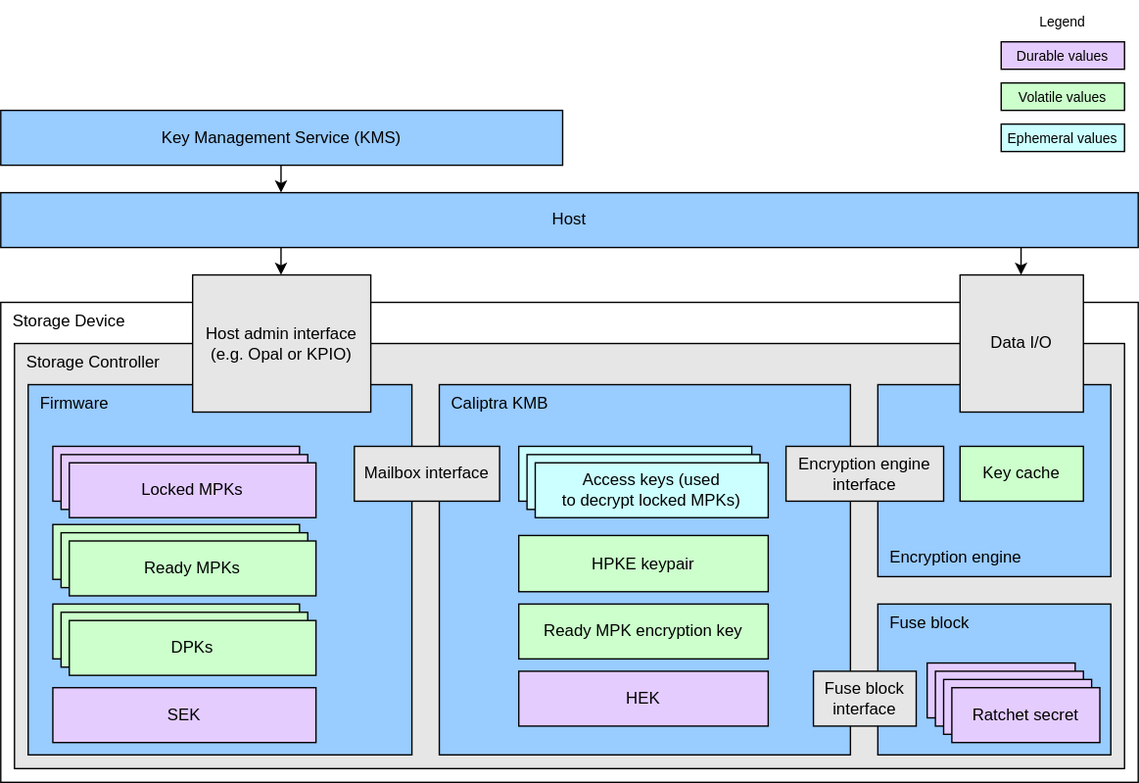
This is doc/ocp_lock/diagrams/architecture_diagram.drawio.svg from chipsalliance/Caliptra, a draw.io export, as it was before one commit. Source tidied: cells renumbered, new cells last; positions are measured from the earlier drawing's top-left corner, leaving out a move shared by most shapes.
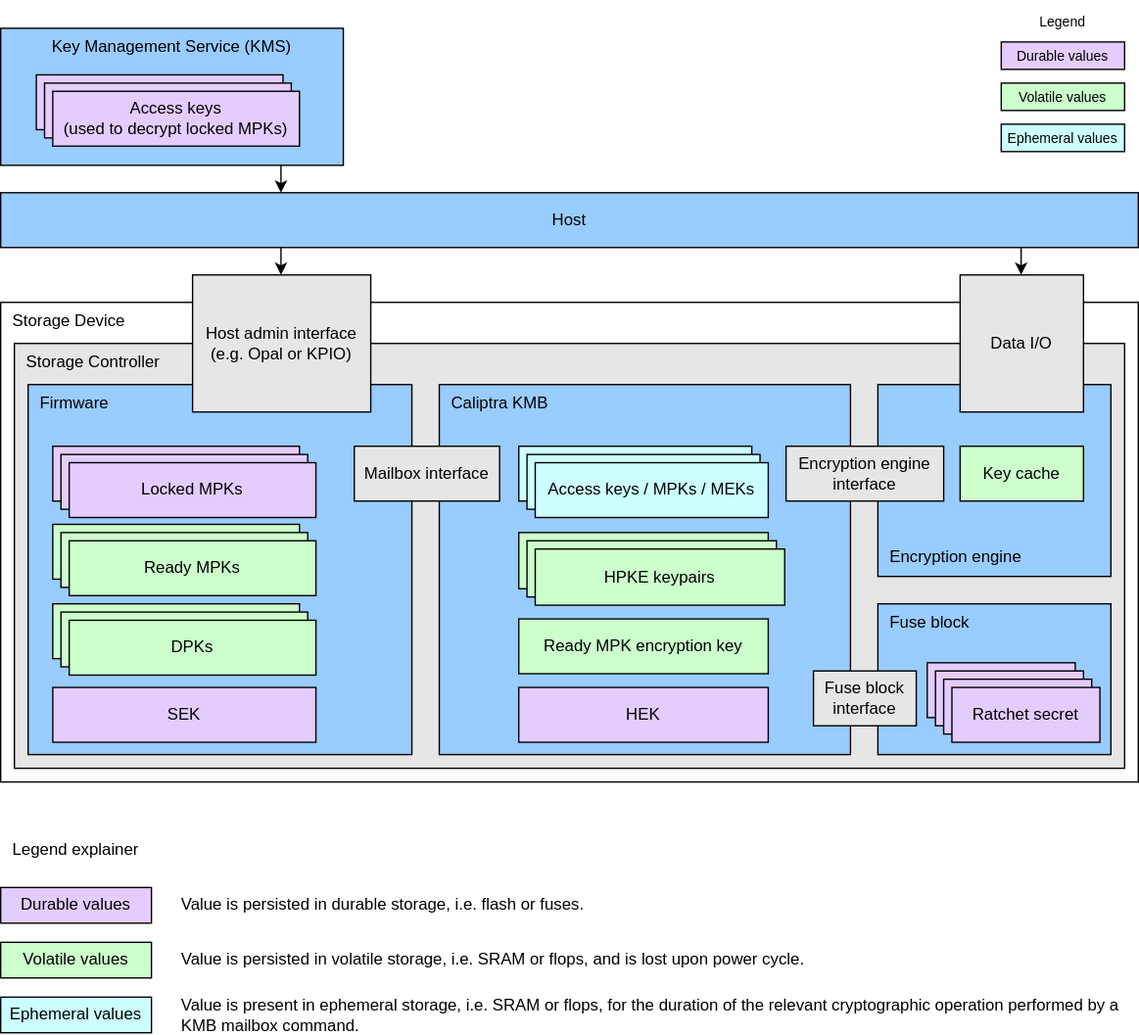
Above is the later version.

The edit, as a diff of the source:
```diff
@@ -60,10 +60,10 @@
       <mxGeometry x="50" y="394" width="180" height="40" as="geometry" />
     </mxCell>
     <mxCell id="21" value="Ready MPK encryption key" style="rounded=0;whiteSpace=wrap;html=1;align=center;verticalAlign=middle;shadow=0;glass=0;spacingLeft=0;spacingBottom=0;spacingTop=0;fillColor=#CCFFCC;" parent="1" vertex="1">
-      <mxGeometry x="378" y="440" width="182" height="40" as="geometry" />
+      <mxGeometry x="378" y="451" width="182" height="40" as="geometry" />
     </mxCell>
     <mxCell id="22" value="HEK" style="rounded=0;whiteSpace=wrap;html=1;align=center;verticalAlign=middle;shadow=0;glass=0;spacingLeft=0;spacingBottom=0;spacingTop=0;fillColor=#E5CCFF;" parent="1" vertex="1">
-      <mxGeometry x="378" y="489" width="182" height="40" as="geometry" />
+      <mxGeometry x="378" y="501" width="182" height="40" as="geometry" />
     </mxCell>
     <mxCell id="23" style="endArrow=classic;html=1;" parent="1" edge="1">
       <mxGeometry relative="1" as="geometry">
@@ -71,8 +71,8 @@
         <mxPoint x="204.5" y="140" as="targetPoint" />
       </mxGeometry>
     </mxCell>
-    <mxCell id="24" value="Key Management Service (KMS)" style="rounded=0;whiteSpace=wrap;html=1;fillColor=#99CCFF;fontColor=light-dark(#000000,#EDEDED);" parent="1" vertex="1">
-      <mxGeometry y="80" width="410" height="40" as="geometry" />
+    <mxCell id="24" value="Key Management Service (KMS)" style="rounded=0;whiteSpace=wrap;html=1;fillColor=#99CCFF;fontColor=light-dark(#000000,#EDEDED);verticalAlign=top;" parent="1" vertex="1">
+      <mxGeometry y="20" width="250" height="100" as="geometry" />
     </mxCell>
     <mxCell id="25" style="endArrow=classic;html=1;" parent="1" edge="1">
       <mxGeometry relative="1" as="geometry">
@@ -98,8 +98,8 @@
     <mxCell id="30" value="Ratchet secret" style="rounded=0;whiteSpace=wrap;html=1;align=center;verticalAlign=middle;shadow=0;glass=0;spacingLeft=0;spacingBottom=0;spacingTop=0;fillColor=#E5CCFF;" parent="1" vertex="1">
       <mxGeometry x="688" y="495" width="108" height="40" as="geometry" />
     </mxCell>
-    <mxCell id="31" value="HPKE keypair" style="rounded=0;whiteSpace=wrap;html=1;align=center;verticalAlign=middle;shadow=0;glass=0;spacingLeft=0;spacingBottom=0;spacingTop=0;fillColor=#CCFFCC;" parent="1" vertex="1">
-      <mxGeometry x="378" y="390" width="182" height="41" as="geometry" />
+    <mxCell id="31" style="rounded=0;whiteSpace=wrap;html=1;align=center;verticalAlign=middle;shadow=0;glass=0;spacingLeft=0;spacingBottom=0;spacingTop=0;fillColor=#CCFFCC;" parent="1" vertex="1">
+      <mxGeometry x="378" y="388" width="182" height="41" as="geometry" />
     </mxCell>
     <mxCell id="32" value="&lt;div&gt;&lt;font color=&quot;#000000&quot;&gt;Durable values&lt;/font&gt;&lt;/div&gt;" style="rounded=0;whiteSpace=wrap;html=1;align=center;verticalAlign=middle;shadow=0;glass=0;spacingLeft=0;spacingBottom=0;spacingTop=0;fillColor=#E5CCFF;fontSize=10;" parent="1" vertex="1">
       <mxGeometry x="730" y="30" width="90" height="20" as="geometry" />
@@ -122,7 +122,7 @@
     <mxCell id="38" style="rounded=0;whiteSpace=wrap;html=1;align=center;verticalAlign=middle;shadow=0;glass=0;spacingLeft=0;spacingBottom=0;spacingTop=0;fillColor=#CCFFFF;" parent="1" vertex="1">
       <mxGeometry x="384" y="331" width="170" height="40" as="geometry" />
     </mxCell>
-    <mxCell id="39" value="Access keys (used&lt;div&gt;to decrypt locked MPKs)&lt;/div&gt;" style="rounded=0;whiteSpace=wrap;html=1;align=center;verticalAlign=middle;shadow=0;glass=0;spacingLeft=0;spacingBottom=0;spacingTop=0;fillColor=#CCFFFF;" parent="1" vertex="1">
+    <mxCell id="39" value="Access keys / MPKs / MEKs" style="rounded=0;whiteSpace=wrap;html=1;align=center;verticalAlign=middle;shadow=0;glass=0;spacingLeft=0;spacingBottom=0;spacingTop=0;fillColor=#CCFFFF;" parent="1" vertex="1">
       <mxGeometry x="390" y="337" width="170" height="40" as="geometry" />
     </mxCell>
     <mxCell id="40" style="rounded=0;whiteSpace=wrap;html=1;align=center;verticalAlign=middle;shadow=0;glass=0;spacingLeft=0;spacingBottom=0;spacingTop=0;fillColor=#CCFFCC;" parent="1" vertex="1">
@@ -134,5 +134,41 @@
     <mxCell id="42" value="DPKs" style="rounded=0;whiteSpace=wrap;html=1;align=center;verticalAlign=middle;shadow=0;glass=0;spacingLeft=0;spacingBottom=0;spacingTop=0;fillColor=#CCFFCC;" parent="1" vertex="1">
       <mxGeometry x="50" y="452" width="180" height="40" as="geometry" />
     </mxCell>
+    <mxCell id="43" value="&lt;div&gt;&lt;font color=&quot;#000000&quot;&gt;Durable values&lt;/font&gt;&lt;/div&gt;" style="rounded=0;whiteSpace=wrap;html=1;align=center;verticalAlign=middle;shadow=0;glass=0;spacingLeft=0;spacingBottom=0;spacingTop=0;fillColor=#E5CCFF;fontSize=12;" parent="1" vertex="1">
+      <mxGeometry y="647" width="110" height="26" as="geometry" />
+    </mxCell>
+    <mxCell id="44" value="Legend explainer" style="text;strokeColor=none;align=center;fillColor=none;html=1;verticalAlign=middle;whiteSpace=wrap;rounded=0;fontSize=12;" parent="1" vertex="1">
+      <mxGeometry y="605" width="110" height="30" as="geometry" />
+    </mxCell>
+    <mxCell id="45" value="&lt;div&gt;&lt;font color=&quot;#000000&quot;&gt;Volatile values&lt;/font&gt;&lt;/div&gt;" style="rounded=0;whiteSpace=wrap;html=1;align=center;verticalAlign=middle;shadow=0;glass=0;spacingLeft=0;spacingBottom=0;spacingTop=0;fillColor=#CCFFCC;fontSize=12;" parent="1" vertex="1">
+      <mxGeometry y="687" width="110" height="26" as="geometry" />
+    </mxCell>
+    <mxCell id="46" value="&lt;div&gt;&lt;font color=&quot;#000000&quot;&gt;Ephemeral values&lt;/font&gt;&lt;/div&gt;" style="rounded=0;whiteSpace=wrap;html=1;align=center;verticalAlign=middle;shadow=0;glass=0;spacingLeft=0;spacingBottom=0;spacingTop=0;fillColor=#CCFFFF;fontSize=12;" parent="1" vertex="1">
+      <mxGeometry y="727" width="110" height="26" as="geometry" />
+    </mxCell>
+    <mxCell id="47" value="Value is persisted in durable storage, i.e. flash or fuses." style="text;strokeColor=none;align=left;fillColor=none;html=1;verticalAlign=middle;whiteSpace=wrap;rounded=0;fontSize=12;" parent="1" vertex="1">
+      <mxGeometry x="130" y="645" width="482.5" height="30" as="geometry" />
+    </mxCell>
+    <mxCell id="48" value="Value is persisted in volatile storage, i.e. SRAM or flops, and is lost upon power cycle." style="text;strokeColor=none;align=left;fillColor=none;html=1;verticalAlign=middle;whiteSpace=wrap;rounded=0;fontSize=12;" parent="1" vertex="1">
+      <mxGeometry x="130" y="687.5" width="482.5" height="25" as="geometry" />
+    </mxCell>
+    <mxCell id="49" value="Value is present in ephemeral storage, i.e. SRAM or flops, for the duration of the relevant cryptographic operation performed by a KMB mailbox command." style="text;strokeColor=none;align=left;fillColor=none;html=1;verticalAlign=middle;whiteSpace=wrap;rounded=0;fontSize=12;" parent="1" vertex="1">
+      <mxGeometry x="130" y="725" width="700" height="30" as="geometry" />
+    </mxCell>
+    <mxCell id="50" style="rounded=0;whiteSpace=wrap;html=1;align=center;verticalAlign=middle;shadow=0;glass=0;spacingLeft=0;spacingBottom=0;spacingTop=0;fillColor=#E5CCFF;" parent="1" vertex="1">
+      <mxGeometry x="26" y="54" width="180" height="40" as="geometry" />
+    </mxCell>
+    <mxCell id="51" style="rounded=0;whiteSpace=wrap;html=1;align=center;verticalAlign=middle;shadow=0;glass=0;spacingLeft=0;spacingBottom=0;spacingTop=0;fillColor=#E5CCFF;" parent="1" vertex="1">
+      <mxGeometry x="32" y="60" width="180" height="40" as="geometry" />
+    </mxCell>
+    <mxCell id="52" value="Access keys&lt;div&gt;(used&amp;nbsp;&lt;span style=&quot;background-color: transparent;&quot;&gt;to decrypt locked MPKs)&lt;/span&gt;&lt;/div&gt;" style="rounded=0;whiteSpace=wrap;html=1;align=center;verticalAlign=middle;shadow=0;glass=0;spacingLeft=0;spacingBottom=0;spacingTop=0;fillColor=#E5CCFF;" parent="1" vertex="1">
+      <mxGeometry x="38" y="66" width="180" height="40" as="geometry" />
+    </mxCell>
+    <mxCell id="53" style="rounded=0;whiteSpace=wrap;html=1;align=center;verticalAlign=middle;shadow=0;glass=0;spacingLeft=0;spacingBottom=0;spacingTop=0;fillColor=#CCFFCC;" parent="1" vertex="1">
+      <mxGeometry x="384" y="394" width="182" height="41" as="geometry" />
+    </mxCell>
+    <mxCell id="54" value="HPKE keypairs" style="rounded=0;whiteSpace=wrap;html=1;align=center;verticalAlign=middle;shadow=0;glass=0;spacingLeft=0;spacingBottom=0;spacingTop=0;fillColor=#CCFFCC;" parent="1" vertex="1">
+      <mxGeometry x="390" y="400" width="182" height="41" as="geometry" />
+    </mxCell>
   </root>
 </mxGraphModel>
```
